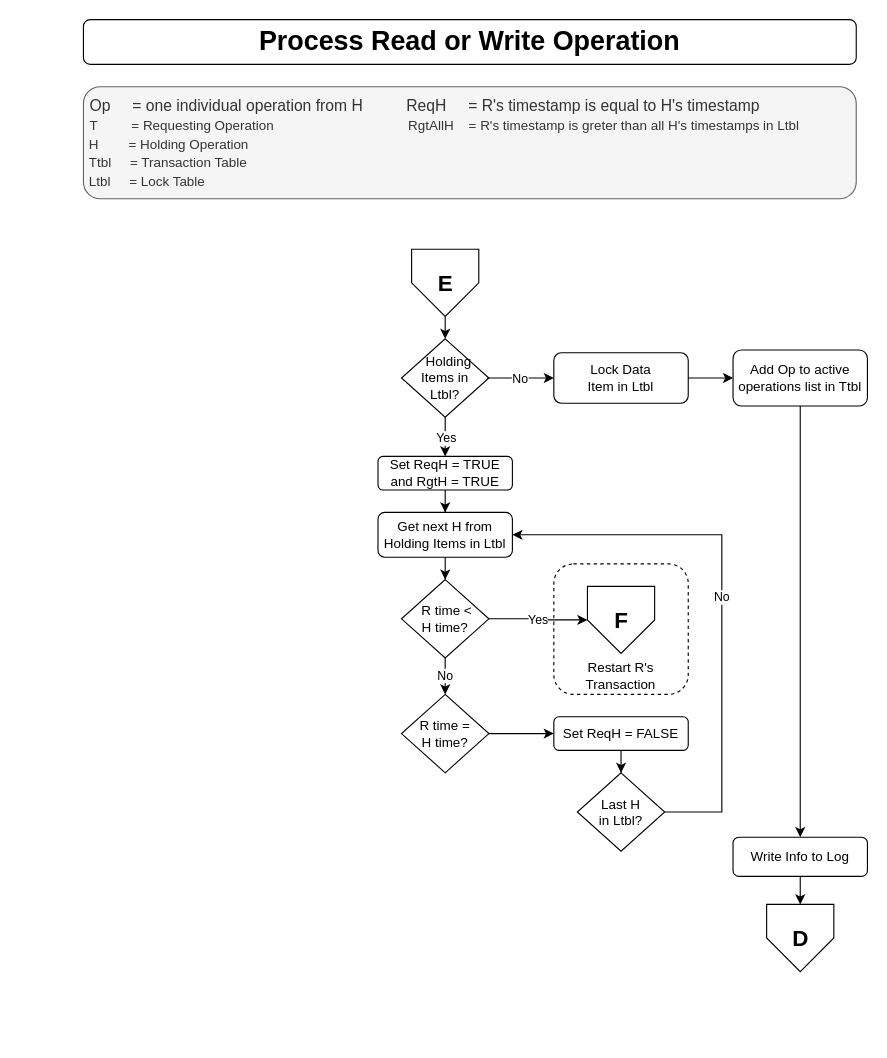
The draw.io diagram Design/CS 5570 Team4 Design - Scheduler - Handle Conflict.drawio in Rod-Skoglund/CS5570-Project, before the edit. Source tidied: cells renumbered, new cells numbered last; positions are measured from the earlier drawing's top-left corner, leaving out a move shared by most shapes. Both pictures are drawn from the tidied source at 112%, with x=0, y=0 at pixel (83, 19).
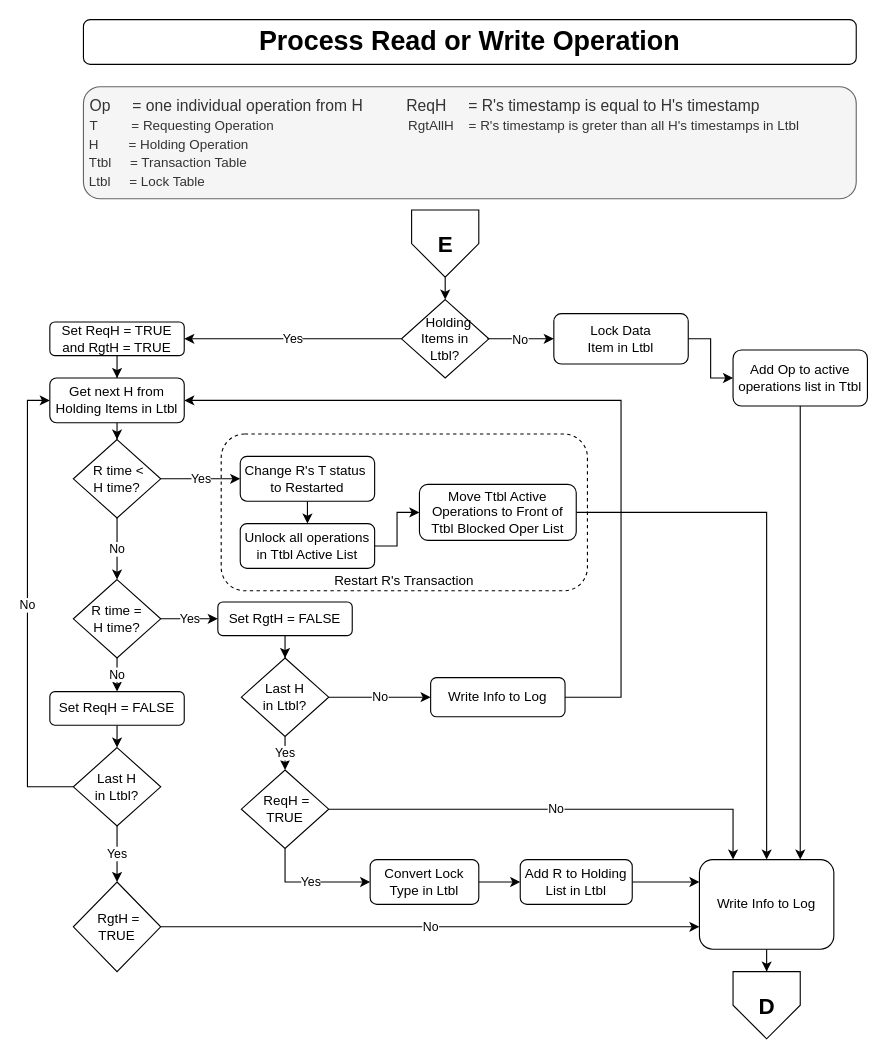
The same diagram, later.

Commit message:
Continued Development

Unchanged cells that the change refers to:
```xml
<mxCell id="15" value="Add Op to active operations list in Ttbl" style="rounded=1;whiteSpace=wrap;html=1;fontSize=12;glass=0;strokeWidth=1;shadow=0;" parent="1" vertex="1">
  <mxGeometry x="580" y="295" width="120" height="50" as="geometry" />
</mxCell>
```

Diff of the diagram source:
```diff
@@
     <mxCell id="2" value="Restart R's Transaction" style="rounded=1;whiteSpace=wrap;html=1;fontSize=12;glass=0;strokeWidth=1;shadow=0;dashed=1;verticalAlign=bottom;" parent="1" vertex="1">
-      <mxGeometry x="420" y="486" width="120" height="116.5" as="geometry" />
+      <mxGeometry x="123" y="370" width="327" height="140" as="geometry" />
     </mxCell>
@@
     <mxCell id="5" value="E" style="verticalLabelPosition=middle;verticalAlign=middle;html=1;shape=offPageConnector;rounded=0;size=0.5;labelPosition=center;align=center;fontSize=20;fontStyle=1;" parent="1" vertex="1">
-      <mxGeometry x="293" y="205" width="60" height="60" as="geometry" />
+      <mxGeometry x="293" y="170" width="60" height="60" as="geometry" />
     </mxCell>
+    <mxCell id="10" value="Yes" style="edgeStyle=orthogonalEdgeStyle;rounded=0;jettySize=auto;html=1;exitX=0;exitY=0.5;exitDx=0;exitDy=0;entryX=1;entryY=0.5;entryDx=0;entryDy=0;" parent="1" edge="1" source="6" target="18">
+      <mxGeometry relative="1" as="geometry" />
+    </mxCell>
     <mxCell id="6" value="&amp;nbsp; Holding &lt;br&gt;Items in &lt;br&gt;Ltbl?" style="rhombus;whiteSpace=wrap;html=1;" parent="1" vertex="1">
-      <mxGeometry x="284" y="285" width="78" height="70" as="geometry" />
+      <mxGeometry x="284" y="250" width="78" height="70" as="geometry" />
     </mxCell>
     <mxCell id="7" style="edgeStyle=orthogonalEdgeStyle;rounded=0;jettySize=auto;html=1;entryX=0.5;entryY=0;entryDx=0;entryDy=0;exitX=0.5;exitY=1;exitDx=0;exitDy=0;" parent="1" edge="1" source="5" target="6">
-      <mxGeometry x="310" y="285" as="geometry" />
+      <mxGeometry x="310" y="250" as="geometry" />
     </mxCell>
     <mxCell id="8" value="Lock Data &lt;br&gt;Item in Ltbl" style="rounded=1;whiteSpace=wrap;html=1;fontSize=12;glass=0;strokeWidth=1;shadow=0;" parent="1" vertex="1">
-      <mxGeometry x="420" y="297.5" width="120" height="45" as="geometry" />
+      <mxGeometry x="420" y="262.5" width="120" height="45" as="geometry" />
     </mxCell>
     <mxCell id="9" value="D" style="verticalLabelPosition=middle;verticalAlign=middle;html=1;shape=offPageConnector;rounded=0;size=0.5;labelPosition=center;align=center;fontSize=20;fontStyle=1;" parent="1" vertex="1">
-      <mxGeometry x="610" y="790" width="60" height="60" as="geometry" />
+      <mxGeometry x="580" y="850" width="60" height="60" as="geometry" />
     </mxCell>
-    <mxCell id="10" style="endArrow=classic;html=1;exitX=0.5;exitY=1;exitDx=0;exitDy=0;edgeStyle=orthogonalEdgeStyle;entryX=0.5;entryY=0;entryDx=0;entryDy=0;" parent="1" edge="1" source="6" target="18">
-      <mxGeometry x="310" y="285" as="geometry">
-        <Array as="points">
-          <mxPoint x="323" y="380" />
-          <mxPoint x="323" y="380" />
-        </Array>
-      </mxGeometry>
-    </mxCell>
-    <mxCell id="11" value="Yes" style="edgeLabel;html=1;align=center;verticalAlign=middle;" parent="10" vertex="1">
-      <mxGeometry relative="1" as="geometry" />
-    </mxCell>
     <mxCell id="12" style="endArrow=classic;html=1;exitX=1;exitY=0.5;exitDx=0;exitDy=0;edgeStyle=orthogonalEdgeStyle;entryX=0;entryY=0.5;entryDx=0;entryDy=0;" parent="1" edge="1" source="6" target="8">
-      <mxGeometry x="310" y="285" as="geometry">
+      <mxGeometry x="310" y="250" as="geometry">
         <Array as="points">
-          <mxPoint x="360" y="320" />
-          <mxPoint x="360" y="320" />
+          <mxPoint x="360" y="285" />
+          <mxPoint x="360" y="285" />
         </Array>
       </mxGeometry>
     </mxCell>
@@
-    <mxCell id="16" style="edgeStyle=orthogonalEdgeStyle;rounded=0;jettySize=auto;html=1;entryX=0.5;entryY=0;entryDx=0;entryDy=0;exitX=0.5;exitY=1;exitDx=0;exitDy=0;" parent="1" edge="1" source="15" target="25">
+    <mxCell id="16" style="edgeStyle=orthogonalEdgeStyle;rounded=0;jettySize=auto;html=1;entryX=0.75;entryY=0;entryDx=0;entryDy=0;exitX=0.5;exitY=1;exitDx=0;exitDy=0;" parent="1" edge="1" source="15" target="25">
       <mxGeometry x="330" y="305" as="geometry" />
     </mxCell>
@@
     <mxCell id="18" value="Set ReqH = TRUE and RgtH = TRUE" style="rounded=1;whiteSpace=wrap;html=1;fontSize=12;glass=0;strokeWidth=1;shadow=0;" parent="1" vertex="1">
-      <mxGeometry x="263" y="390" width="120" height="30" as="geometry" />
+      <mxGeometry x="-30" y="270" width="120" height="30" as="geometry" />
     </mxCell>
@@
     <mxCell id="20" value="Get next H from Holding Items in Ltbl" style="rounded=1;whiteSpace=wrap;html=1;fontSize=12;glass=0;strokeWidth=1;shadow=0;" parent="1" vertex="1">
-      <mxGeometry x="263" y="440" width="120" height="40" as="geometry" />
+      <mxGeometry x="-30" y="320" width="120" height="40" as="geometry" />
     </mxCell>
-    <mxCell id="21" value="Yes" style="edgeStyle=orthogonalEdgeStyle;rounded=0;jettySize=auto;html=1;" parent="1" edge="1" source="23" target="26">
-      <mxGeometry relative="1" as="geometry" />
+    <mxCell id="21" value="Yes" style="edgeStyle=orthogonalEdgeStyle;rounded=0;jettySize=auto;html=1;entryX=0;entryY=0.5;entryDx=0;entryDy=0;exitX=1;exitY=0.5;exitDx=0;exitDy=0;" parent="1" edge="1" source="23" target="36">
+      <mxGeometry relative="1" as="geometry">
+        <Array as="points">
+          <mxPoint x="100" y="410" />
+          <mxPoint x="100" y="410" />
+        </Array>
+      </mxGeometry>
     </mxCell>
@@
     <mxCell id="23" value="&amp;nbsp;R time &amp;lt; &lt;br&gt;H time?" style="rhombus;whiteSpace=wrap;html=1;" parent="1" vertex="1">
-      <mxGeometry x="284" y="500" width="78" height="70" as="geometry" />
+      <mxGeometry x="-9" y="375" width="78" height="70" as="geometry" />
     </mxCell>
@@
     <mxCell id="25" value="Write Info to Log" style="rounded=1;whiteSpace=wrap;html=1;fontSize=12;glass=0;strokeWidth=1;shadow=0;" parent="1" vertex="1">
-      <mxGeometry x="580" y="730" width="120" height="35" as="geometry" />
+      <mxGeometry x="550" y="750" width="120" height="80" as="geometry" />
     </mxCell>
-    <mxCell id="26" value="F" style="verticalLabelPosition=middle;verticalAlign=middle;html=1;shape=offPageConnector;rounded=0;size=0.5;labelPosition=center;align=center;fontSize=20;fontStyle=1;" parent="1" vertex="1">
-      <mxGeometry x="450" y="506" width="60" height="60" as="geometry" />
-    </mxCell>
-    <mxCell id="27" style="edgeStyle=orthogonalEdgeStyle;rounded=0;jettySize=auto;html=1;" parent="1" edge="1" source="28" target="32">
+    <mxCell id="27" value="Yes" style="edgeStyle=orthogonalEdgeStyle;rounded=0;jettySize=auto;html=1;entryX=0;entryY=0.5;entryDx=0;entryDy=0;" parent="1" edge="1" source="28" target="32">
       <mxGeometry relative="1" as="geometry" />
     </mxCell>
+    <mxCell id="33" value="No" style="edgeStyle=orthogonalEdgeStyle;rounded=0;jettySize=auto;html=1;exitX=0.5;exitY=1;exitDx=0;exitDy=0;entryX=0.5;entryY=0;entryDx=0;entryDy=0;" parent="1" edge="1" source="28" target="52">
+      <mxGeometry relative="1" as="geometry" />
+    </mxCell>
     <mxCell id="28" value="&amp;nbsp;R time =&amp;nbsp;&lt;br&gt;H time?" style="rhombus;whiteSpace=wrap;html=1;" parent="1" vertex="1">
-      <mxGeometry x="284" y="602.5" width="78" height="70" as="geometry" />
+      <mxGeometry x="-9" y="500" width="78" height="70" as="geometry" />
     </mxCell>
-    <mxCell id="29" value="No" style="edgeStyle=orthogonalEdgeStyle;rounded=0;jettySize=auto;html=1;exitX=1;exitY=0.5;exitDx=0;exitDy=0;entryX=1;entryY=0.5;entryDx=0;entryDy=0;" parent="1" edge="1" source="30" target="20">
-      <mxGeometry relative="1" as="geometry">
-        <Array as="points">
-          <mxPoint x="570" y="708" />
-          <mxPoint x="570" y="460" />
-        </Array>
-      </mxGeometry>
-    </mxCell>
+    <mxCell id="34" value="Yes" style="edgeStyle=orthogonalEdgeStyle;rounded=0;jettySize=auto;html=1;exitX=0.5;exitY=1;exitDx=0;exitDy=0;" parent="1" edge="1" source="30" target="43">
+      <mxGeometry relative="1" as="geometry" />
+    </mxCell>
     <mxCell id="30" value="Last H &lt;br&gt;in Ltbl?" style="rhombus;whiteSpace=wrap;html=1;" parent="1" vertex="1">
-      <mxGeometry x="441" y="672.5" width="78" height="70" as="geometry" />
+      <mxGeometry x="141" y="570" width="78" height="70" as="geometry" />
     </mxCell>
@@
-    <mxCell id="32" value="Set ReqH = FALSE" style="rounded=1;whiteSpace=wrap;html=1;fontSize=12;glass=0;strokeWidth=1;shadow=0;" parent="1" vertex="1">
-      <mxGeometry x="420" y="622.5" width="120" height="30" as="geometry" />
+    <mxCell id="32" value="Set RgtH = FALSE" style="rounded=1;whiteSpace=wrap;html=1;fontSize=12;glass=0;strokeWidth=1;shadow=0;" parent="1" vertex="1">
+      <mxGeometry x="120" y="520" width="120" height="30" as="geometry" />
     </mxCell>
+    <mxCell id="35" style="edgeStyle=orthogonalEdgeStyle;rounded=0;jettySize=auto;html=1;exitX=0.5;exitY=1;exitDx=0;exitDy=0;entryX=0.5;entryY=0;entryDx=0;entryDy=0;" parent="1" edge="1" source="36" target="38">
+      <mxGeometry relative="1" as="geometry" />
+    </mxCell>
+    <mxCell id="36" value="Change R's T status&amp;nbsp;&lt;br&gt;to Restarted" style="rounded=1;whiteSpace=wrap;html=1;fontSize=12;glass=0;strokeWidth=1;shadow=0;" parent="1" vertex="1">
+      <mxGeometry x="140" y="390" width="120" height="40" as="geometry" />
+    </mxCell>
+    <mxCell id="37" style="edgeStyle=orthogonalEdgeStyle;rounded=0;jettySize=auto;html=1;exitX=1;exitY=0.5;exitDx=0;exitDy=0;entryX=0;entryY=0.5;entryDx=0;entryDy=0;" parent="1" edge="1" source="38" target="40">
+      <mxGeometry relative="1" as="geometry" />
+    </mxCell>
+    <mxCell id="38" value="Unlock all operations in Ttbl Active List" style="rounded=1;whiteSpace=wrap;html=1;fontSize=12;glass=0;strokeWidth=1;shadow=0;" parent="1" vertex="1">
+      <mxGeometry x="140" y="450" width="120" height="40" as="geometry" />
+    </mxCell>
+    <mxCell id="39" style="edgeStyle=orthogonalEdgeStyle;rounded=0;jettySize=auto;html=1;exitX=1;exitY=0.5;exitDx=0;exitDy=0;entryX=0.5;entryY=0;entryDx=0;entryDy=0;" parent="1" edge="1" source="40" target="25">
+      <mxGeometry relative="1" as="geometry" />
+    </mxCell>
+    <mxCell id="40" value="Move Ttbl Active Operations to Front of Ttbl Blocked Oper List" style="rounded=1;whiteSpace=wrap;html=1;fontSize=12;glass=0;strokeWidth=1;shadow=0;" parent="1" vertex="1">
+      <mxGeometry x="300" y="415" width="140" height="50" as="geometry" />
+    </mxCell>
+    <mxCell id="41" value="No" style="edgeStyle=orthogonalEdgeStyle;rounded=0;jettySize=auto;html=1;exitX=1;exitY=0.5;exitDx=0;exitDy=0;entryX=0.25;entryY=0;entryDx=0;entryDy=0;" parent="1" edge="1" source="43" target="25">
+      <mxGeometry relative="1" as="geometry" />
+    </mxCell>
+    <mxCell id="42" value="Yes" style="edgeStyle=orthogonalEdgeStyle;rounded=0;jettySize=auto;html=1;exitX=0.5;exitY=1;exitDx=0;exitDy=0;entryX=0;entryY=0.5;entryDx=0;entryDy=0;" parent="1" edge="1" source="43" target="48">
+      <mxGeometry relative="1" as="geometry" />
+    </mxCell>
+    <mxCell id="43" value="&amp;nbsp;ReqH = TRUE" style="rhombus;whiteSpace=wrap;html=1;" parent="1" vertex="1">
+      <mxGeometry x="141" y="670" width="78" height="70" as="geometry" />
+    </mxCell>
+    <mxCell id="44" style="edgeStyle=orthogonalEdgeStyle;rounded=0;jettySize=auto;html=1;exitX=1;exitY=0.5;exitDx=0;exitDy=0;entryX=1;entryY=0.5;entryDx=0;entryDy=0;" parent="1" edge="1" source="45" target="20">
+      <mxGeometry relative="1" as="geometry">
+        <Array as="points">
+          <mxPoint x="480" y="605" />
+          <mxPoint x="480" y="340" />
+        </Array>
+      </mxGeometry>
+    </mxCell>
+    <mxCell id="45" value="Write Info to Log" style="rounded=1;whiteSpace=wrap;html=1;fontSize=12;glass=0;strokeWidth=1;shadow=0;" parent="1" vertex="1">
+      <mxGeometry x="310" y="587.5" width="120" height="35" as="geometry" />
+    </mxCell>
+    <mxCell id="46" value="No" style="edgeStyle=orthogonalEdgeStyle;rounded=0;jettySize=auto;html=1;exitX=1;exitY=0.5;exitDx=0;exitDy=0;entryX=0;entryY=0.5;entryDx=0;entryDy=0;" parent="1" edge="1" source="30" target="45">
+      <mxGeometry relative="1" as="geometry" />
+    </mxCell>
+    <mxCell id="47" style="edgeStyle=orthogonalEdgeStyle;rounded=0;jettySize=auto;html=1;exitX=1;exitY=0.5;exitDx=0;exitDy=0;entryX=0;entryY=0.5;entryDx=0;entryDy=0;" parent="1" edge="1" source="48" target="50">
+      <mxGeometry relative="1" as="geometry" />
+    </mxCell>
+    <mxCell id="48" value="Convert Lock &lt;br&gt;Type in Ltbl" style="rounded=1;whiteSpace=wrap;html=1;fontSize=12;glass=0;strokeWidth=1;shadow=0;" parent="1" vertex="1">
+      <mxGeometry x="256" y="750" width="97" height="40" as="geometry" />
+    </mxCell>
+    <mxCell id="49" style="edgeStyle=orthogonalEdgeStyle;rounded=0;jettySize=auto;html=1;exitX=1;exitY=0.5;exitDx=0;exitDy=0;entryX=0;entryY=0.25;entryDx=0;entryDy=0;" parent="1" edge="1" source="50" target="25">
+      <mxGeometry relative="1" as="geometry" />
+    </mxCell>
+    <mxCell id="50" value="Add R to Holding List in Ltbl" style="rounded=1;whiteSpace=wrap;html=1;fontSize=12;glass=0;strokeWidth=1;shadow=0;" parent="1" vertex="1">
+      <mxGeometry x="390" y="750" width="100" height="40" as="geometry" />
+    </mxCell>
+    <mxCell id="51" style="edgeStyle=orthogonalEdgeStyle;rounded=0;jettySize=auto;html=1;exitX=0.5;exitY=1;exitDx=0;exitDy=0;entryX=0.5;entryY=0;entryDx=0;entryDy=0;" parent="1" edge="1" source="52" target="55">
+      <mxGeometry relative="1" as="geometry" />
+    </mxCell>
+    <mxCell id="52" value="Set ReqH = FALSE" style="rounded=1;whiteSpace=wrap;html=1;fontSize=12;glass=0;strokeWidth=1;shadow=0;" parent="1" vertex="1">
+      <mxGeometry x="-30" y="600" width="120" height="30" as="geometry" />
+    </mxCell>
+    <mxCell id="53" value="Yes" style="edgeStyle=orthogonalEdgeStyle;rounded=0;jettySize=auto;html=1;exitX=0.5;exitY=1;exitDx=0;exitDy=0;" parent="1" edge="1" source="55" target="57">
+      <mxGeometry relative="1" as="geometry" />
+    </mxCell>
+    <mxCell id="54" value="No" style="edgeStyle=orthogonalEdgeStyle;rounded=0;jettySize=auto;html=1;exitX=0;exitY=0.5;exitDx=0;exitDy=0;entryX=0;entryY=0.5;entryDx=0;entryDy=0;" parent="1" edge="1" source="55" target="20">
+      <mxGeometry relative="1" as="geometry" />
+    </mxCell>
+    <mxCell id="55" value="Last H &lt;br&gt;in Ltbl?" style="rhombus;whiteSpace=wrap;html=1;" parent="1" vertex="1">
+      <mxGeometry x="-9" y="650" width="78" height="70" as="geometry" />
+    </mxCell>
+    <mxCell id="56" value="No" style="edgeStyle=orthogonalEdgeStyle;rounded=0;jettySize=auto;html=1;exitX=1;exitY=0.5;exitDx=0;exitDy=0;entryX=0;entryY=0.75;entryDx=0;entryDy=0;" parent="1" edge="1" source="57" target="25">
+      <mxGeometry relative="1" as="geometry" />
+    </mxCell>
+    <mxCell id="57" value="&amp;nbsp;RgtH = TRUE" style="rhombus;whiteSpace=wrap;html=1;" parent="1" vertex="1">
+      <mxGeometry x="-9" y="770" width="78" height="80" as="geometry" />
+    </mxCell>
```
